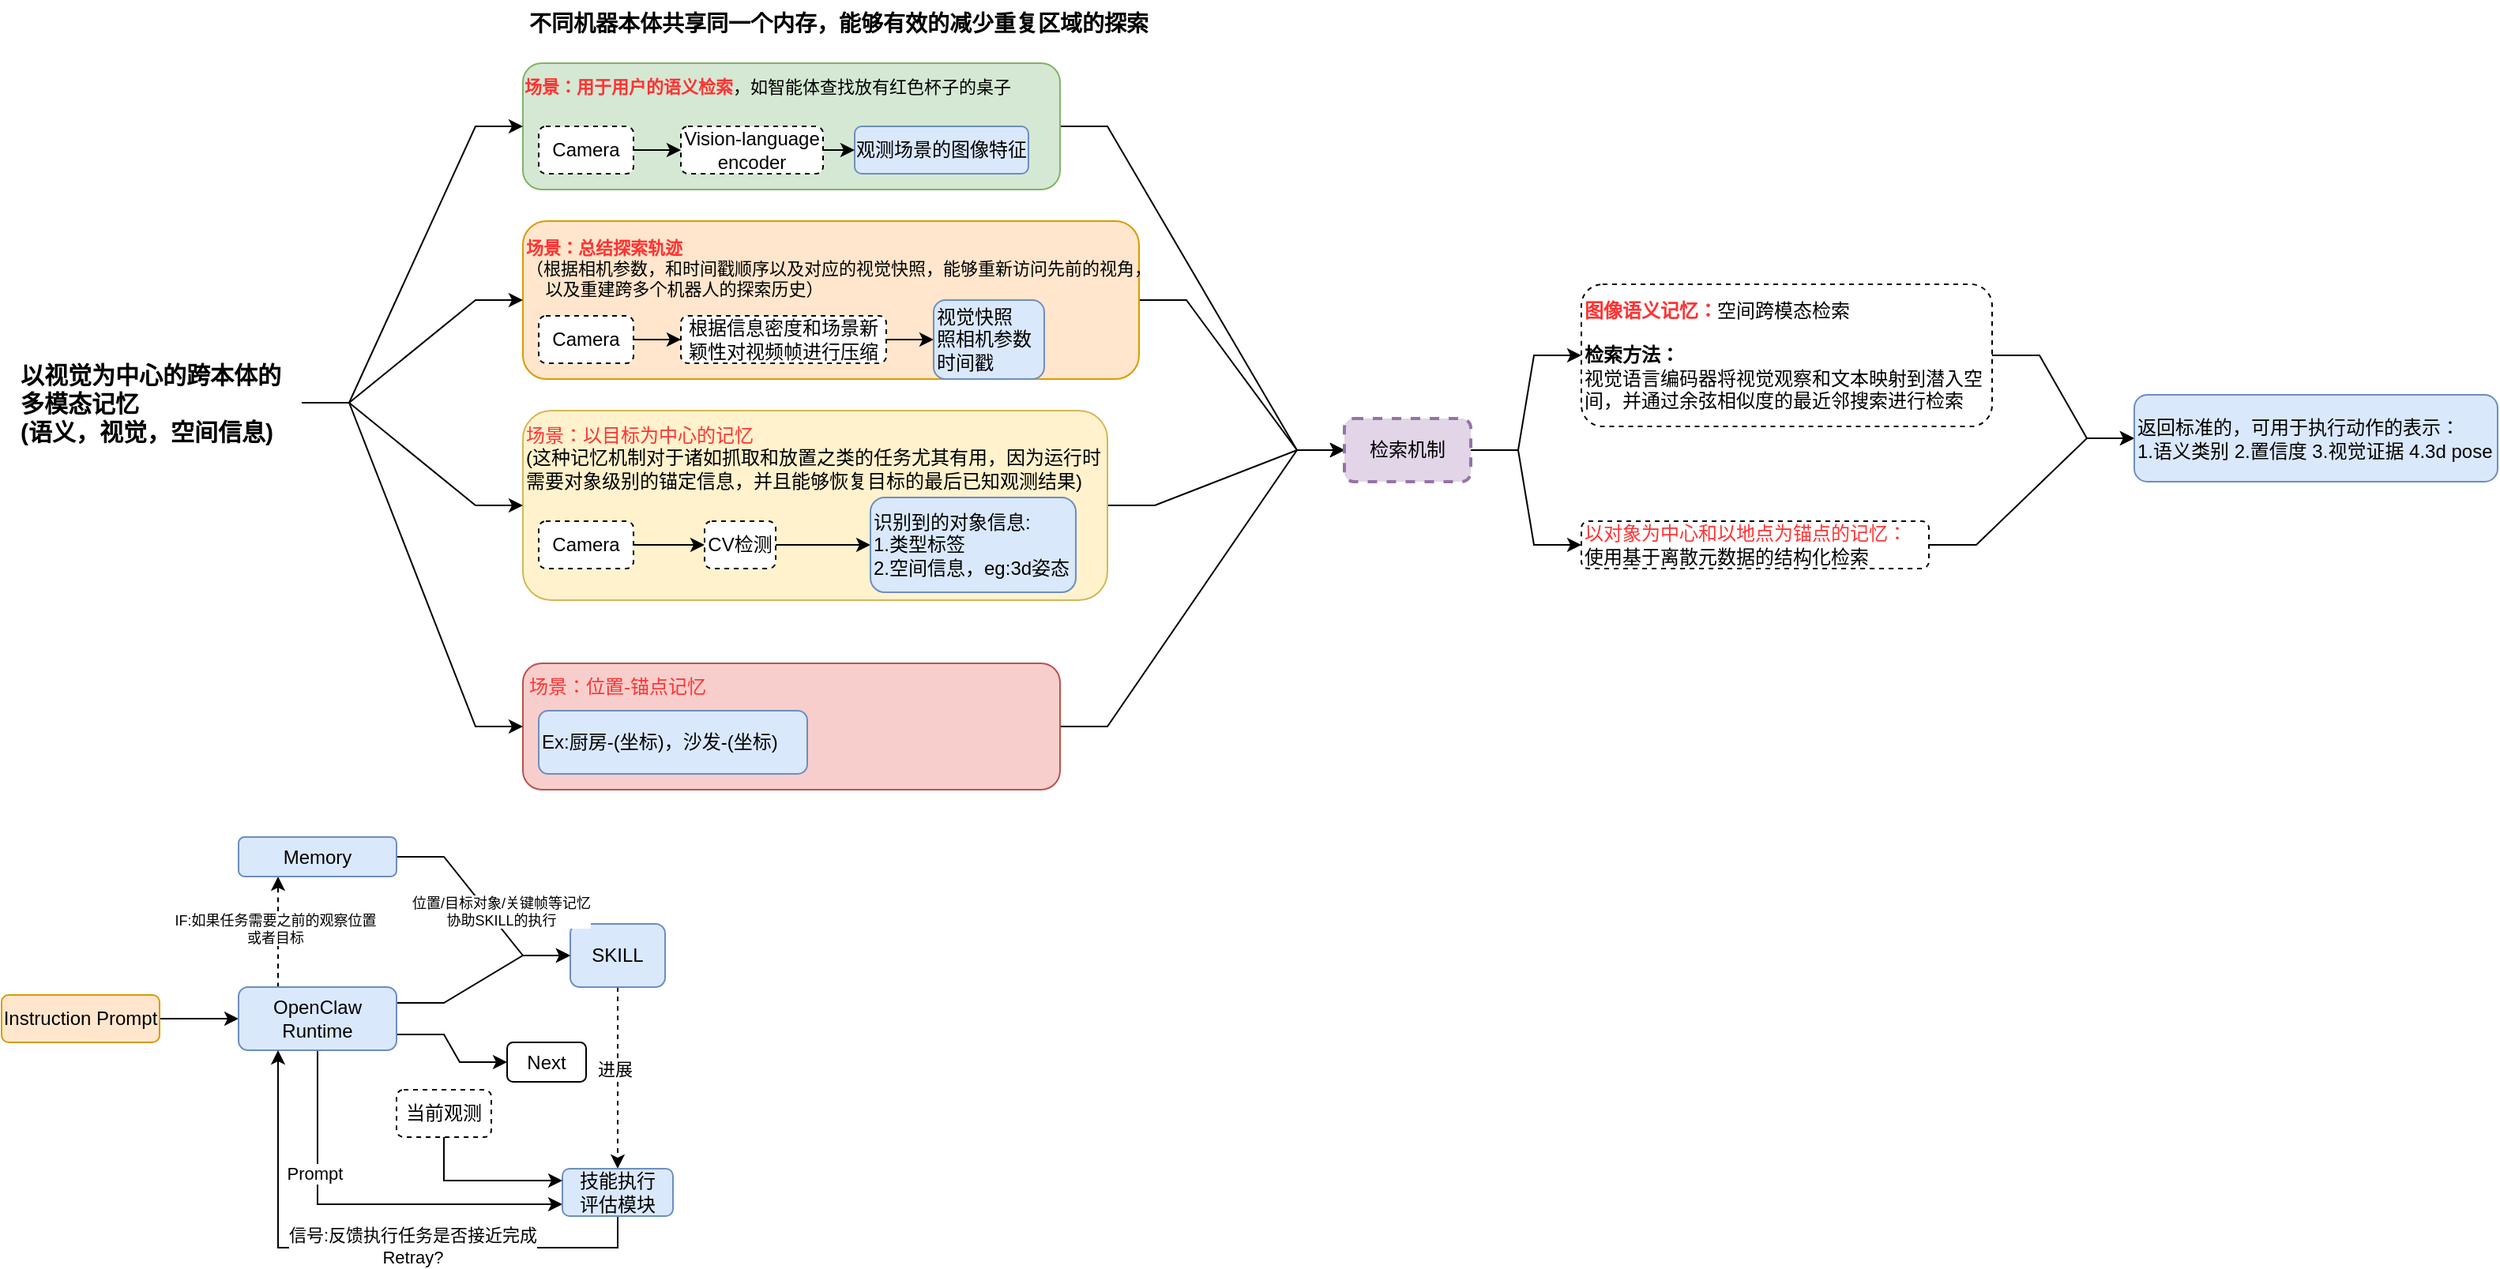
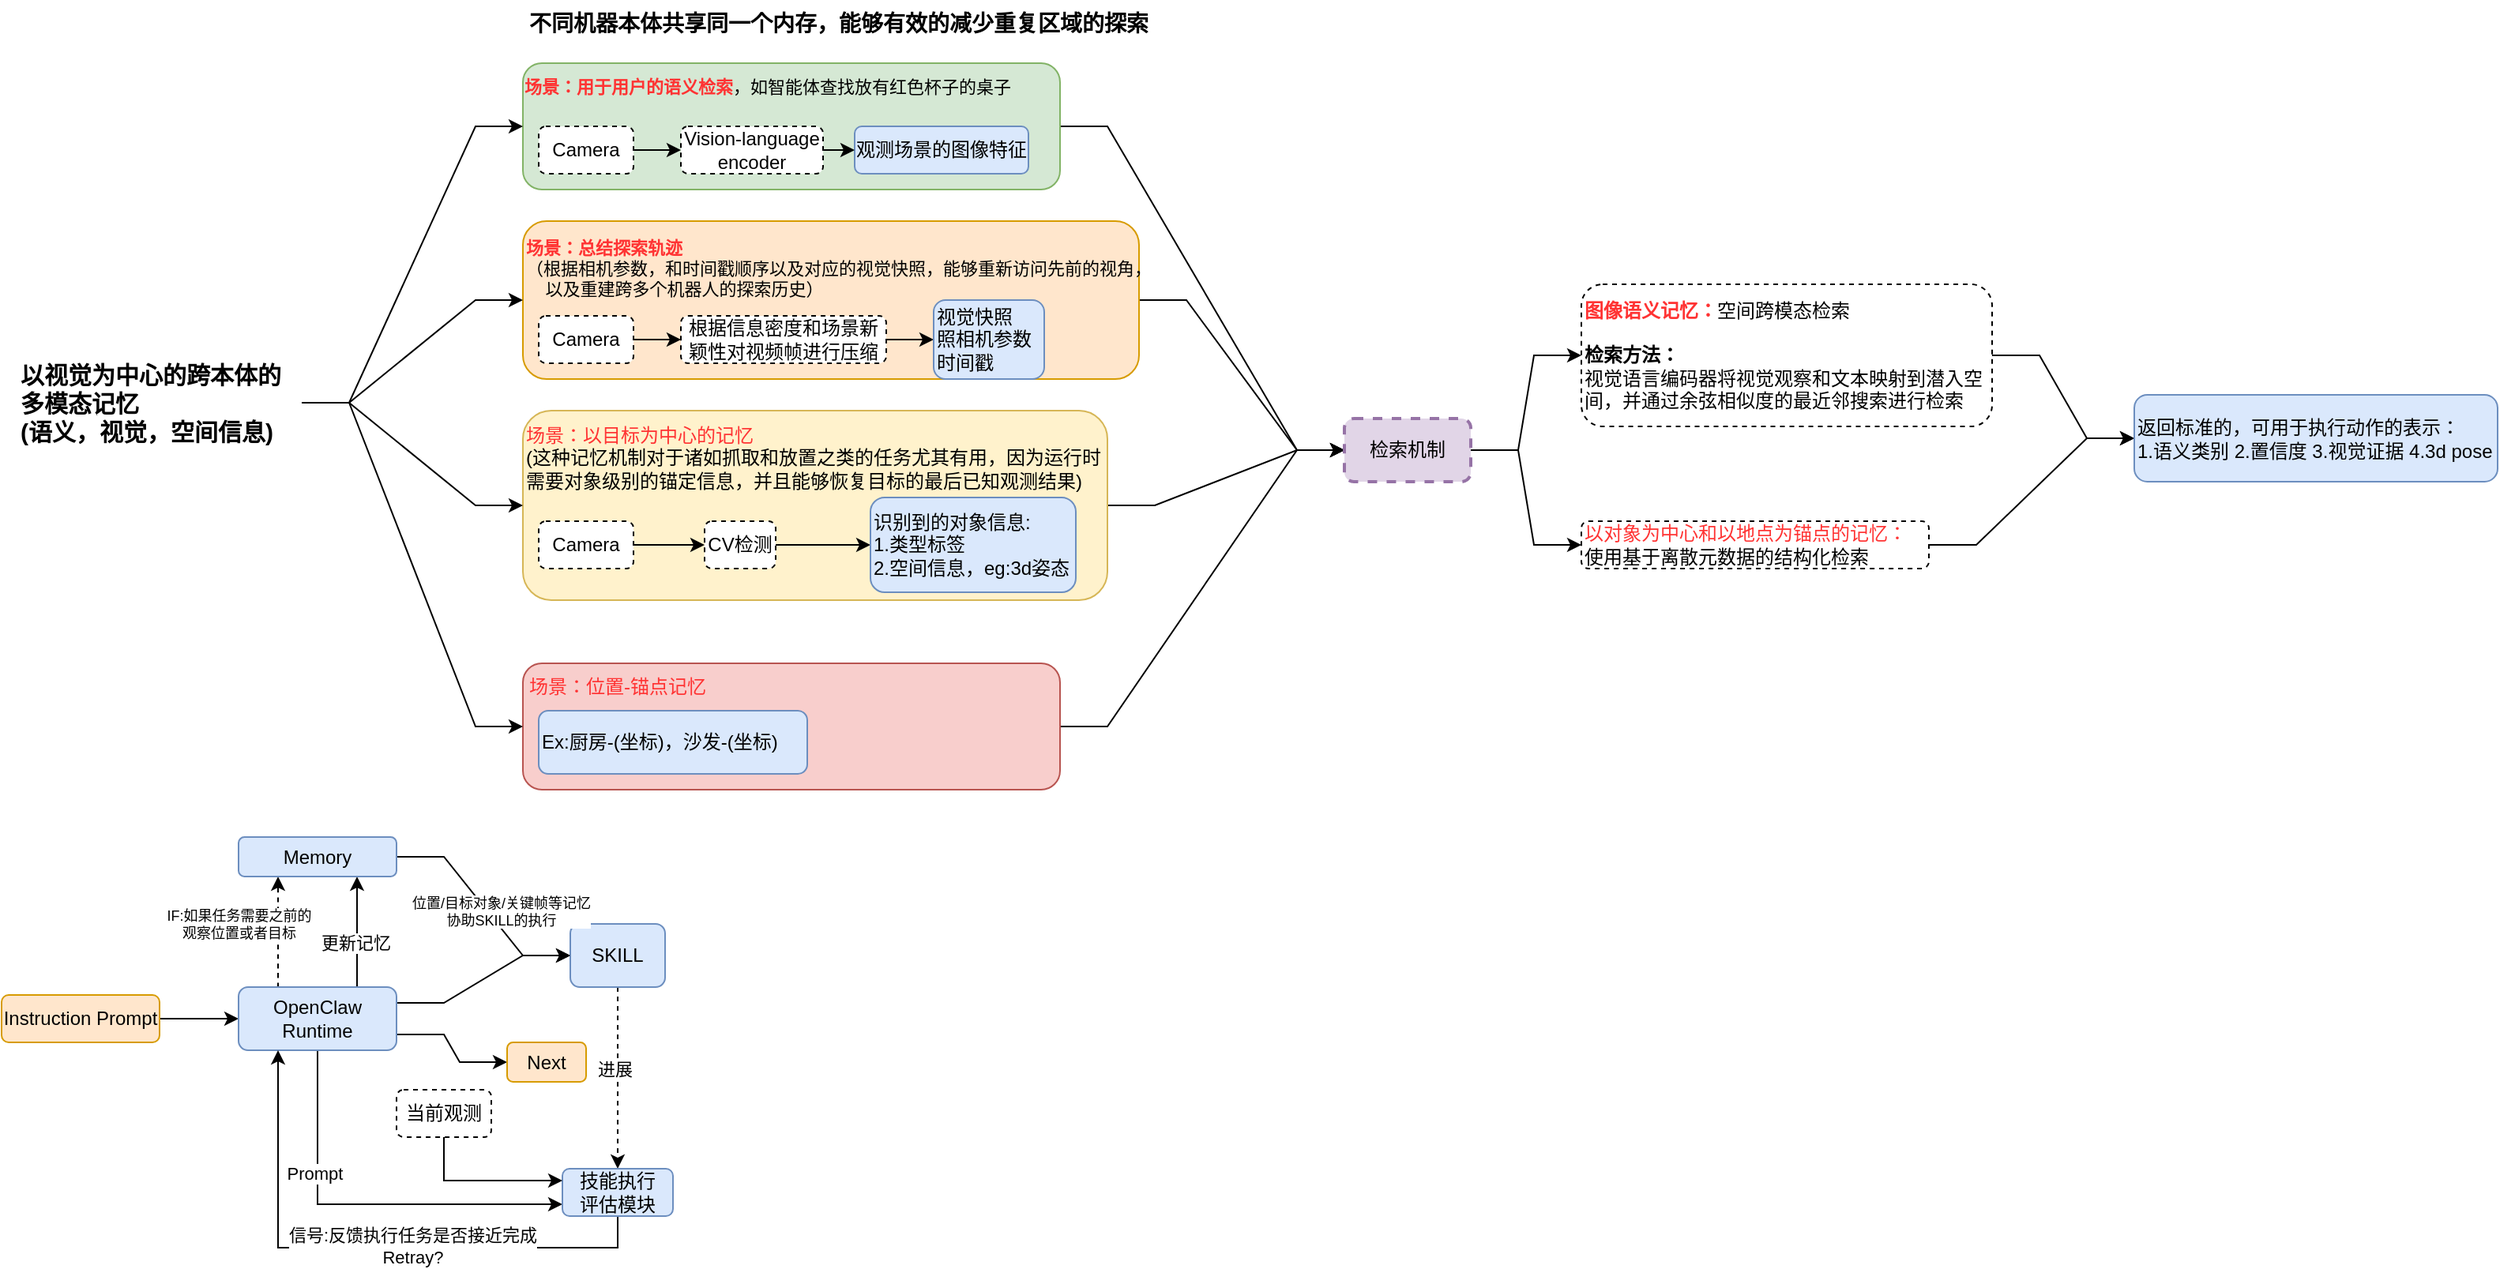
<mxfile host="app.diagrams.net">
  <diagram name="ABot-Claw" id="ri1UiOSOw__C7K71Jf-3">
    <mxGraphModel dx="566" dy="306" grid="1" gridSize="10" guides="1" tooltips="1" connect="1" arrows="1" fold="1" page="1" pageScale="1" pageWidth="3300" pageHeight="2339" math="0" shadow="0">
      <root>
        <mxCell id="0" />
        <mxCell id="1" parent="0" />
        <mxCell id="8uAygAgR7DF40HWwl34I-37" edge="1" parent="1" source="8uAygAgR7DF40HWwl34I-28" style="edgeStyle=entityRelationEdgeStyle;rounded=0;orthogonalLoop=1;jettySize=auto;html=1;exitX=1;exitY=0.5;exitDx=0;exitDy=0;" target="8uAygAgR7DF40HWwl34I-33">
          <mxGeometry relative="1" as="geometry" />
        </mxCell>
        <mxCell id="8uAygAgR7DF40HWwl34I-28" parent="1" style="rounded=1;whiteSpace=wrap;html=1;fillColor=#f8cecc;strokeColor=#b85450;" value="" vertex="1">
          <mxGeometry height="80" width="340" x="480" y="470" as="geometry" />
        </mxCell>
        <mxCell id="8uAygAgR7DF40HWwl34I-36" edge="1" parent="1" source="8uAygAgR7DF40HWwl34I-24" style="edgeStyle=entityRelationEdgeStyle;rounded=0;orthogonalLoop=1;jettySize=auto;html=1;exitX=1;exitY=0.5;exitDx=0;exitDy=0;entryX=0;entryY=0.5;entryDx=0;entryDy=0;" target="8uAygAgR7DF40HWwl34I-33">
          <mxGeometry relative="1" as="geometry">
            <mxPoint x="1020" y="320" as="targetPoint" />
          </mxGeometry>
        </mxCell>
        <mxCell id="8uAygAgR7DF40HWwl34I-24" parent="1" style="rounded=1;whiteSpace=wrap;html=1;fillColor=#fff2cc;strokeColor=#d6b656;" value="" vertex="1">
          <mxGeometry height="120" width="370" x="480" y="310" as="geometry" />
        </mxCell>
        <mxCell id="8uAygAgR7DF40HWwl34I-35" edge="1" parent="1" source="8uAygAgR7DF40HWwl34I-17" style="edgeStyle=entityRelationEdgeStyle;rounded=0;orthogonalLoop=1;jettySize=auto;html=1;exitX=1;exitY=0.5;exitDx=0;exitDy=0;entryX=0;entryY=0.5;entryDx=0;entryDy=0;" target="8uAygAgR7DF40HWwl34I-33">
          <mxGeometry relative="1" as="geometry" />
        </mxCell>
        <mxCell id="8uAygAgR7DF40HWwl34I-17" parent="1" style="rounded=1;whiteSpace=wrap;html=1;fillColor=#ffe6cc;strokeColor=#d79b00;" value="" vertex="1">
          <mxGeometry height="100" width="390" x="480" y="190" as="geometry" />
        </mxCell>
        <mxCell id="8uAygAgR7DF40HWwl34I-34" edge="1" parent="1" source="8uAygAgR7DF40HWwl34I-16" style="edgeStyle=entityRelationEdgeStyle;rounded=0;orthogonalLoop=1;jettySize=auto;html=1;exitX=1;exitY=0.5;exitDx=0;exitDy=0;entryX=0;entryY=0.5;entryDx=0;entryDy=0;" target="8uAygAgR7DF40HWwl34I-33">
          <mxGeometry relative="1" as="geometry" />
        </mxCell>
        <mxCell id="8uAygAgR7DF40HWwl34I-16" parent="1" style="rounded=1;whiteSpace=wrap;html=1;fillColor=#d5e8d4;strokeColor=#82b366;" value="" vertex="1">
          <mxGeometry height="80" width="340" x="480" y="90" as="geometry" />
        </mxCell>
        <mxCell id="8uAygAgR7DF40HWwl34I-29" edge="1" parent="1" source="8uAygAgR7DF40HWwl34I-1" style="edgeStyle=entityRelationEdgeStyle;rounded=0;orthogonalLoop=1;jettySize=auto;html=1;exitX=1;exitY=0.5;exitDx=0;exitDy=0;entryX=0;entryY=0.5;entryDx=0;entryDy=0;" target="8uAygAgR7DF40HWwl34I-16">
          <mxGeometry relative="1" as="geometry" />
        </mxCell>
        <mxCell id="8uAygAgR7DF40HWwl34I-30" edge="1" parent="1" source="8uAygAgR7DF40HWwl34I-1" style="edgeStyle=entityRelationEdgeStyle;rounded=0;orthogonalLoop=1;jettySize=auto;html=1;exitX=1;exitY=0.5;exitDx=0;exitDy=0;entryX=0;entryY=0.5;entryDx=0;entryDy=0;" target="8uAygAgR7DF40HWwl34I-28">
          <mxGeometry relative="1" as="geometry" />
        </mxCell>
        <mxCell id="8uAygAgR7DF40HWwl34I-31" edge="1" parent="1" source="8uAygAgR7DF40HWwl34I-1" style="edgeStyle=entityRelationEdgeStyle;rounded=0;orthogonalLoop=1;jettySize=auto;html=1;exitX=1;exitY=0.5;exitDx=0;exitDy=0;entryX=0;entryY=0.5;entryDx=0;entryDy=0;" target="8uAygAgR7DF40HWwl34I-17">
          <mxGeometry relative="1" as="geometry" />
        </mxCell>
        <mxCell id="8uAygAgR7DF40HWwl34I-32" edge="1" parent="1" source="8uAygAgR7DF40HWwl34I-1" style="edgeStyle=entityRelationEdgeStyle;rounded=0;orthogonalLoop=1;jettySize=auto;html=1;exitX=1;exitY=0.5;exitDx=0;exitDy=0;entryX=0;entryY=0.5;entryDx=0;entryDy=0;" target="8uAygAgR7DF40HWwl34I-24">
          <mxGeometry relative="1" as="geometry" />
        </mxCell>
        <mxCell id="8uAygAgR7DF40HWwl34I-1" parent="1" style="text;html=1;whiteSpace=wrap;strokeColor=none;fillColor=none;align=left;verticalAlign=middle;rounded=0;fontStyle=1;fontSize=15;" value="以视觉为中心的跨本体的多模态记忆&lt;br&gt;(语义，视觉，空间信息)" vertex="1">
          <mxGeometry height="30" width="180" x="160" y="290" as="geometry" />
        </mxCell>
        <mxCell id="8uAygAgR7DF40HWwl34I-2" parent="1" style="rounded=1;whiteSpace=wrap;html=1;fillColor=#dae8fc;strokeColor=#6c8ebf;" value="观测场景的图像特征" vertex="1">
          <mxGeometry height="30" width="110" x="690" y="130" as="geometry" />
        </mxCell>
        <mxCell id="8uAygAgR7DF40HWwl34I-5" edge="1" parent="1" source="8uAygAgR7DF40HWwl34I-3" style="edgeStyle=orthogonalEdgeStyle;rounded=0;orthogonalLoop=1;jettySize=auto;html=1;exitX=1;exitY=0.5;exitDx=0;exitDy=0;entryX=0;entryY=0.5;entryDx=0;entryDy=0;" target="8uAygAgR7DF40HWwl34I-2">
          <mxGeometry relative="1" as="geometry" />
        </mxCell>
        <mxCell id="8uAygAgR7DF40HWwl34I-3" parent="1" style="rounded=1;whiteSpace=wrap;html=1;dashed=1;" value="Vision-language encoder" vertex="1">
          <mxGeometry height="30" width="90" x="580" y="130" as="geometry" />
        </mxCell>
        <mxCell id="8uAygAgR7DF40HWwl34I-6" edge="1" parent="1" source="8uAygAgR7DF40HWwl34I-4" style="edgeStyle=orthogonalEdgeStyle;rounded=0;orthogonalLoop=1;jettySize=auto;html=1;exitX=1;exitY=0.5;exitDx=0;exitDy=0;entryX=0;entryY=0.5;entryDx=0;entryDy=0;" target="8uAygAgR7DF40HWwl34I-3">
          <mxGeometry relative="1" as="geometry" />
        </mxCell>
        <mxCell id="8uAygAgR7DF40HWwl34I-4" parent="1" style="rounded=1;whiteSpace=wrap;html=1;dashed=1;" value="Camera" vertex="1">
          <mxGeometry height="30" width="60" x="490" y="130" as="geometry" />
        </mxCell>
        <mxCell id="8uAygAgR7DF40HWwl34I-7" parent="1" style="text;html=1;whiteSpace=wrap;strokeColor=none;fillColor=none;align=center;verticalAlign=middle;rounded=0;fontSize=11;" value="&lt;b&gt;&lt;font style=&quot;color: rgb(255, 51, 51);&quot;&gt;场景：用于用户的语义检索&lt;/font&gt;&lt;/b&gt;，如智能体查找放有红色杯子的桌子" vertex="1">
          <mxGeometry height="30" width="310" x="480" y="90" as="geometry" />
        </mxCell>
        <mxCell id="8uAygAgR7DF40HWwl34I-10" edge="1" parent="1" source="8uAygAgR7DF40HWwl34I-8" style="edgeStyle=orthogonalEdgeStyle;rounded=0;orthogonalLoop=1;jettySize=auto;html=1;" target="8uAygAgR7DF40HWwl34I-9" value="">
          <mxGeometry relative="1" as="geometry" />
        </mxCell>
        <mxCell id="8uAygAgR7DF40HWwl34I-8" parent="1" style="rounded=1;whiteSpace=wrap;html=1;dashed=1;" value="Camera" vertex="1">
          <mxGeometry height="30" width="60" x="490" y="250" as="geometry" />
        </mxCell>
        <mxCell id="8uAygAgR7DF40HWwl34I-14" edge="1" parent="1" source="8uAygAgR7DF40HWwl34I-9" style="edgeStyle=orthogonalEdgeStyle;rounded=0;orthogonalLoop=1;jettySize=auto;html=1;exitX=1;exitY=0.5;exitDx=0;exitDy=0;entryX=0;entryY=0.5;entryDx=0;entryDy=0;" target="8uAygAgR7DF40HWwl34I-13">
          <mxGeometry relative="1" as="geometry" />
        </mxCell>
        <mxCell id="8uAygAgR7DF40HWwl34I-9" parent="1" style="rounded=1;whiteSpace=wrap;html=1;dashed=1;" value="根据信息密度和场景新颖性对视频帧进行压缩" vertex="1">
          <mxGeometry height="30" width="130" x="580" y="250" as="geometry" />
        </mxCell>
        <mxCell id="8uAygAgR7DF40HWwl34I-11" parent="1" style="text;html=1;whiteSpace=wrap;strokeColor=none;fillColor=none;align=left;verticalAlign=middle;rounded=0;fontSize=11;" value="&lt;b&gt;&lt;font style=&quot;color: rgb(255, 51, 51);&quot;&gt;场景：总结探索轨迹&lt;/font&gt;&lt;/b&gt;&lt;br&gt;（根据相机参数，和时间戳顺序以及对应的视觉快照，能够重新访问先前的视角，&lt;br&gt;&amp;nbsp; &amp;nbsp; 以及重建跨多个机器人的探索历史）" vertex="1">
          <mxGeometry height="40" width="420" x="480" y="200" as="geometry" />
        </mxCell>
        <mxCell id="8uAygAgR7DF40HWwl34I-13" parent="1" style="rounded=1;whiteSpace=wrap;html=1;fillColor=#dae8fc;strokeColor=#6c8ebf;align=left;" value="视觉快照&lt;br&gt;&lt;span style=&quot;&quot;&gt;照相机参数&lt;/span&gt;&lt;div style=&quot;&quot;&gt;时间戳&lt;/div&gt;" vertex="1">
          <mxGeometry height="50" width="70" x="740" y="240" as="geometry" />
        </mxCell>
        <mxCell id="8uAygAgR7DF40HWwl34I-25" edge="1" parent="1" source="8uAygAgR7DF40HWwl34I-19" style="edgeStyle=orthogonalEdgeStyle;rounded=0;orthogonalLoop=1;jettySize=auto;html=1;exitX=1;exitY=0.5;exitDx=0;exitDy=0;entryX=0;entryY=0.5;entryDx=0;entryDy=0;" target="8uAygAgR7DF40HWwl34I-20">
          <mxGeometry relative="1" as="geometry" />
        </mxCell>
        <mxCell id="8uAygAgR7DF40HWwl34I-19" parent="1" style="rounded=1;whiteSpace=wrap;html=1;dashed=1;" value="Camera" vertex="1">
          <mxGeometry height="30" width="60" x="490" y="380" as="geometry" />
        </mxCell>
        <mxCell id="8uAygAgR7DF40HWwl34I-22" edge="1" parent="1" source="8uAygAgR7DF40HWwl34I-20" style="edgeStyle=orthogonalEdgeStyle;rounded=0;orthogonalLoop=1;jettySize=auto;html=1;" target="8uAygAgR7DF40HWwl34I-21" value="">
          <mxGeometry relative="1" as="geometry" />
        </mxCell>
        <mxCell id="8uAygAgR7DF40HWwl34I-20" parent="1" style="rounded=1;whiteSpace=wrap;html=1;dashed=1;" value="CV检测" vertex="1">
          <mxGeometry height="30" width="45" x="595" y="380" as="geometry" />
        </mxCell>
        <mxCell id="8uAygAgR7DF40HWwl34I-21" parent="1" style="rounded=1;whiteSpace=wrap;html=1;align=left;fillColor=#dae8fc;strokeColor=#6c8ebf;" value="识别到的对象信息:&lt;div&gt;1.类型标签&lt;br&gt;2.空间信息，eg:3d姿态&lt;/div&gt;" vertex="1">
          <mxGeometry height="60" width="130" x="700" y="365" as="geometry" />
        </mxCell>
        <mxCell id="8uAygAgR7DF40HWwl34I-23" parent="1" style="text;html=1;whiteSpace=wrap;strokeColor=none;fillColor=none;align=left;verticalAlign=middle;rounded=0;" value="&lt;font style=&quot;color: rgb(255, 51, 51);&quot;&gt;场景：以目标为中心的记忆&lt;/font&gt;&lt;br&gt;(这种记忆机制对于诸如抓取和放置之类的任务尤其有用，因为运行时需要对象级别的锚定信息，并且能够恢复目标的最后已知观测结果)" vertex="1">
          <mxGeometry height="50" width="370" x="480" y="315" as="geometry" />
        </mxCell>
        <mxCell id="8uAygAgR7DF40HWwl34I-26" parent="1" style="rounded=1;whiteSpace=wrap;html=1;align=left;fillColor=#dae8fc;strokeColor=#6c8ebf;" value="Ex:厨房-(坐标)，沙发-(坐标)" vertex="1">
          <mxGeometry height="40" width="170" x="490" y="500" as="geometry" />
        </mxCell>
        <mxCell id="8uAygAgR7DF40HWwl34I-27" parent="1" style="text;html=1;whiteSpace=wrap;strokeColor=none;fillColor=none;align=center;verticalAlign=middle;rounded=0;fontColor=#FF3333;" value="场景：&lt;span style=&quot;text-align: left;&quot;&gt;位置-锚点记忆&lt;/span&gt;" vertex="1">
          <mxGeometry height="30" width="120" x="480" y="470" as="geometry" />
        </mxCell>
        <mxCell id="8uAygAgR7DF40HWwl34I-42" edge="1" parent="1" source="8uAygAgR7DF40HWwl34I-33" style="edgeStyle=entityRelationEdgeStyle;rounded=0;orthogonalLoop=1;jettySize=auto;html=1;exitX=1;exitY=0.5;exitDx=0;exitDy=0;" target="8uAygAgR7DF40HWwl34I-40">
          <mxGeometry relative="1" as="geometry" />
        </mxCell>
        <mxCell id="8uAygAgR7DF40HWwl34I-43" edge="1" parent="1" source="8uAygAgR7DF40HWwl34I-33" style="edgeStyle=entityRelationEdgeStyle;rounded=0;orthogonalLoop=1;jettySize=auto;html=1;exitX=1;exitY=0.5;exitDx=0;exitDy=0;entryX=0;entryY=0.5;entryDx=0;entryDy=0;" target="8uAygAgR7DF40HWwl34I-41">
          <mxGeometry relative="1" as="geometry" />
        </mxCell>
        <mxCell id="8uAygAgR7DF40HWwl34I-33" parent="1" style="rounded=1;whiteSpace=wrap;html=1;fillColor=#e1d5e7;strokeColor=#9673a6;dashed=1;strokeWidth=2;" value="检索机制" vertex="1">
          <mxGeometry height="40" width="80" x="1000" y="315" as="geometry" />
        </mxCell>
        <mxCell id="8uAygAgR7DF40HWwl34I-45" edge="1" parent="1" source="8uAygAgR7DF40HWwl34I-40" style="edgeStyle=entityRelationEdgeStyle;rounded=0;orthogonalLoop=1;jettySize=auto;html=1;exitX=1;exitY=0.5;exitDx=0;exitDy=0;entryX=0;entryY=0.5;entryDx=0;entryDy=0;" target="8uAygAgR7DF40HWwl34I-44">
          <mxGeometry relative="1" as="geometry" />
        </mxCell>
        <mxCell id="8uAygAgR7DF40HWwl34I-40" parent="1" style="text;html=1;whiteSpace=wrap;strokeColor=default;fillColor=none;align=left;verticalAlign=middle;rounded=1;dashed=1;" value="&lt;b&gt;&lt;font style=&quot;color: rgb(255, 51, 51);&quot;&gt;图像语义记忆：&lt;/font&gt;&lt;/b&gt;空间跨模态检索&lt;br&gt;&lt;br&gt;&lt;b&gt;&lt;font style=&quot;color: rgb(0, 0, 0);&quot;&gt;检索方法：&lt;/font&gt;&lt;/b&gt;&lt;br&gt;视觉语言编码器将视觉观察和文本映射到潜入空间，并通过余弦相似度的最近邻搜索进行检索" vertex="1">
          <mxGeometry height="90" width="260" x="1150" y="230" as="geometry" />
        </mxCell>
        <mxCell id="8uAygAgR7DF40HWwl34I-46" edge="1" parent="1" source="8uAygAgR7DF40HWwl34I-41" style="edgeStyle=entityRelationEdgeStyle;rounded=0;orthogonalLoop=1;jettySize=auto;html=1;exitX=1;exitY=0.5;exitDx=0;exitDy=0;entryX=0;entryY=0.5;entryDx=0;entryDy=0;" target="8uAygAgR7DF40HWwl34I-44">
          <mxGeometry relative="1" as="geometry" />
        </mxCell>
        <mxCell id="8uAygAgR7DF40HWwl34I-41" parent="1" style="text;html=1;whiteSpace=wrap;strokeColor=default;fillColor=none;align=left;verticalAlign=middle;rounded=1;dashed=1;" value="&lt;font style=&quot;color: rgb(255, 51, 51);&quot;&gt;以对象为中心和以地点为锚点的记忆：&lt;/font&gt;&lt;br&gt;使用基于离散元数据的结构化检索" vertex="1">
          <mxGeometry height="30" width="220" x="1150" y="380" as="geometry" />
        </mxCell>
        <mxCell id="8uAygAgR7DF40HWwl34I-44" parent="1" style="rounded=1;whiteSpace=wrap;html=1;align=left;fillColor=#dae8fc;strokeColor=#6c8ebf;" value="返回标准的，可用于执行动作的表示：&lt;br&gt;1.语义类别 2.置信度 3.视觉证据 4.3d pose" vertex="1">
          <mxGeometry height="55" width="230" x="1500" y="300" as="geometry" />
        </mxCell>
        <mxCell id="8uAygAgR7DF40HWwl34I-47" parent="1" style="text;html=1;whiteSpace=wrap;strokeColor=none;fillColor=none;align=center;verticalAlign=middle;rounded=0;fontStyle=1;fontSize=14;" value="不同机器本体共享同一个内存，能够有效的减少重复区域的探索" vertex="1">
          <mxGeometry height="30" width="400" x="480" y="50" as="geometry" />
        </mxCell>
        <mxCell id="8uAygAgR7DF40HWwl34I-50" edge="1" parent="1" source="8uAygAgR7DF40HWwl34I-48" style="edgeStyle=entityRelationEdgeStyle;rounded=0;orthogonalLoop=1;jettySize=auto;html=1;" target="8uAygAgR7DF40HWwl34I-49" value="">
          <mxGeometry relative="1" as="geometry" />
        </mxCell>
        <mxCell id="8uAygAgR7DF40HWwl34I-48" parent="1" style="rounded=1;whiteSpace=wrap;html=1;fillColor=#ffe6cc;strokeColor=#d79b00;" value="Instruction Prompt" vertex="1">
          <mxGeometry height="30" width="100" x="150" y="680" as="geometry" />
        </mxCell>
        <mxCell id="8uAygAgR7DF40HWwl34I-52" edge="1" parent="1" source="8uAygAgR7DF40HWwl34I-49" style="edgeStyle=entityRelationEdgeStyle;rounded=0;orthogonalLoop=1;jettySize=auto;html=1;exitX=1;exitY=0.25;exitDx=0;exitDy=0;" target="8uAygAgR7DF40HWwl34I-51" value="">
          <mxGeometry relative="1" as="geometry" />
        </mxCell>
        <mxCell id="8uAygAgR7DF40HWwl34I-62" edge="1" parent="1" source="8uAygAgR7DF40HWwl34I-49" style="rounded=0;orthogonalLoop=1;jettySize=auto;html=1;exitX=0.25;exitY=0;exitDx=0;exitDy=0;entryX=0.25;entryY=1;entryDx=0;entryDy=0;dashed=1;edgeStyle=orthogonalEdgeStyle;curved=1;" target="8uAygAgR7DF40HWwl34I-53">
          <mxGeometry relative="1" as="geometry">
            <mxPoint x="355" y="640" as="targetPoint" />
          </mxGeometry>
        </mxCell>
-         <mxCell id="8uAygAgR7DF40HWwl34I-63" connectable="0" parent="8uAygAgR7DF40HWwl34I-62" style="edgeLabel;html=1;align=center;verticalAlign=middle;resizable=0;points=[];fontSize=9;" value="IF:如果任务需要之前的观察位置&lt;br&gt;或者目标" vertex="1">
+         <mxCell id="8uAygAgR7DF40HWwl34I-63" connectable="0" parent="8uAygAgR7DF40HWwl34I-62" style="edgeLabel;html=1;align=center;verticalAlign=middle;resizable=0;points=[];fontSize=9;" value="IF:如果任务需要之前的&lt;br&gt;观察位置或者目标" vertex="1">
          <mxGeometry relative="1" x="0.053" y="2" as="geometry">
-             <mxPoint as="offset" />
+             <mxPoint x="-23" y="-3" as="offset" />
          </mxGeometry>
        </mxCell>
        <mxCell id="8uAygAgR7DF40HWwl34I-67" edge="1" parent="1" source="8uAygAgR7DF40HWwl34I-49" style="edgeStyle=orthogonalEdgeStyle;rounded=0;orthogonalLoop=1;jettySize=auto;html=1;exitX=0.5;exitY=1;exitDx=0;exitDy=0;entryX=0;entryY=0.75;entryDx=0;entryDy=0;" target="8uAygAgR7DF40HWwl34I-66">
          <mxGeometry relative="1" as="geometry">
            <mxPoint x="360" y="760" as="targetPoint" />
          </mxGeometry>
        </mxCell>
        <mxCell id="8uAygAgR7DF40HWwl34I-68" connectable="0" parent="8uAygAgR7DF40HWwl34I-67" style="edgeLabel;html=1;align=center;verticalAlign=middle;resizable=0;points=[];" value="Prompt" vertex="1">
          <mxGeometry relative="1" x="-0.3811" y="-2" as="geometry">
            <mxPoint as="offset" />
          </mxGeometry>
        </mxCell>
        <mxCell id="8uAygAgR7DF40HWwl34I-77" edge="1" parent="1" source="8uAygAgR7DF40HWwl34I-49" style="rounded=0;orthogonalLoop=1;jettySize=auto;html=1;exitX=1;exitY=0.75;exitDx=0;exitDy=0;entryX=0;entryY=0.5;entryDx=0;entryDy=0;edgeStyle=entityRelationEdgeStyle;" target="8uAygAgR7DF40HWwl34I-76">
          <mxGeometry relative="1" as="geometry" />
        </mxCell>
+         <mxCell id="8uAygAgR7DF40HWwl34I-78" edge="1" parent="1" source="8uAygAgR7DF40HWwl34I-49" style="edgeStyle=orthogonalEdgeStyle;rounded=0;orthogonalLoop=1;jettySize=auto;html=1;exitX=0.75;exitY=0;exitDx=0;exitDy=0;entryX=0.75;entryY=1;entryDx=0;entryDy=0;" target="8uAygAgR7DF40HWwl34I-53">
+           <mxGeometry relative="1" as="geometry" />
+         </mxCell>
+         <mxCell id="8uAygAgR7DF40HWwl34I-79" connectable="0" parent="8uAygAgR7DF40HWwl34I-78" style="edgeLabel;html=1;align=center;verticalAlign=middle;resizable=0;points=[];" value="更新记忆" vertex="1">
+           <mxGeometry relative="1" x="-0.1829" y="1" as="geometry">
+             <mxPoint as="offset" />
+           </mxGeometry>
+         </mxCell>
        <mxCell id="8uAygAgR7DF40HWwl34I-49" parent="1" style="rounded=1;whiteSpace=wrap;html=1;fillColor=#dae8fc;strokeColor=#6c8ebf;" value="OpenClaw&lt;br&gt;Runtime" vertex="1">
          <mxGeometry height="40" width="100" x="300" y="675" as="geometry" />
        </mxCell>
        <mxCell id="8uAygAgR7DF40HWwl34I-69" edge="1" parent="1" source="8uAygAgR7DF40HWwl34I-51" style="rounded=0;orthogonalLoop=1;jettySize=auto;html=1;exitX=0.5;exitY=1;exitDx=0;exitDy=0;entryX=0.5;entryY=0;entryDx=0;entryDy=0;startArrow=none;startFill=0;dashed=1;" target="8uAygAgR7DF40HWwl34I-66">
          <mxGeometry relative="1" as="geometry" />
        </mxCell>
        <mxCell id="8uAygAgR7DF40HWwl34I-70" connectable="0" parent="8uAygAgR7DF40HWwl34I-69" style="edgeLabel;html=1;align=center;verticalAlign=middle;resizable=0;points=[];" value="进展" vertex="1">
          <mxGeometry relative="1" x="-0.1056" y="-2" as="geometry">
            <mxPoint as="offset" />
          </mxGeometry>
        </mxCell>
        <mxCell id="8uAygAgR7DF40HWwl34I-51" parent="1" style="rounded=1;whiteSpace=wrap;html=1;fillColor=#dae8fc;strokeColor=#6c8ebf;" value="SKILL" vertex="1">
          <mxGeometry height="40" width="60" x="510" y="635" as="geometry" />
        </mxCell>
        <mxCell id="8uAygAgR7DF40HWwl34I-64" edge="1" parent="1" source="8uAygAgR7DF40HWwl34I-53" style="edgeStyle=entityRelationEdgeStyle;rounded=0;orthogonalLoop=1;jettySize=auto;html=1;exitX=1;exitY=0.5;exitDx=0;exitDy=0;entryX=0;entryY=0.5;entryDx=0;entryDy=0;" target="8uAygAgR7DF40HWwl34I-51">
          <mxGeometry relative="1" as="geometry" />
        </mxCell>
        <mxCell id="8uAygAgR7DF40HWwl34I-65" connectable="0" parent="8uAygAgR7DF40HWwl34I-64" style="edgeLabel;html=1;align=center;verticalAlign=middle;resizable=0;points=[];fontSize=9;" value="位置/目标对象/关键帧等记忆&lt;br&gt;协助SKILL的执行" vertex="1">
          <mxGeometry relative="1" x="-0.1048" as="geometry">
            <mxPoint x="15" y="9" as="offset" />
          </mxGeometry>
        </mxCell>
        <mxCell id="8uAygAgR7DF40HWwl34I-53" parent="1" style="rounded=1;whiteSpace=wrap;html=1;fillColor=#dae8fc;strokeColor=#6c8ebf;" value="Memory" vertex="1">
          <mxGeometry height="25" width="100" x="300" y="580" as="geometry" />
        </mxCell>
        <mxCell id="8uAygAgR7DF40HWwl34I-74" edge="1" parent="1" source="8uAygAgR7DF40HWwl34I-66" style="edgeStyle=orthogonalEdgeStyle;rounded=0;orthogonalLoop=1;jettySize=auto;html=1;exitX=0.5;exitY=1;exitDx=0;exitDy=0;entryX=0.25;entryY=1;entryDx=0;entryDy=0;" target="8uAygAgR7DF40HWwl34I-49">
          <mxGeometry relative="1" as="geometry" />
        </mxCell>
        <mxCell id="8uAygAgR7DF40HWwl34I-75" connectable="0" parent="8uAygAgR7DF40HWwl34I-74" style="edgeLabel;html=1;align=center;verticalAlign=middle;resizable=0;points=[];" value="信号:反馈执行任务是否接近完成&lt;br&gt;Retray?" vertex="1">
          <mxGeometry relative="1" x="-0.1644" y="-1" as="geometry">
            <mxPoint as="offset" />
          </mxGeometry>
        </mxCell>
        <mxCell id="8uAygAgR7DF40HWwl34I-66" parent="1" style="rounded=1;whiteSpace=wrap;html=1;fillColor=#dae8fc;strokeColor=#6c8ebf;" value="技能执行&lt;br&gt;评估模块" vertex="1">
          <mxGeometry height="30" width="70" x="505" y="790" as="geometry" />
        </mxCell>
        <mxCell id="8uAygAgR7DF40HWwl34I-73" edge="1" parent="1" source="8uAygAgR7DF40HWwl34I-71" style="edgeStyle=orthogonalEdgeStyle;rounded=0;orthogonalLoop=1;jettySize=auto;html=1;exitX=0.5;exitY=1;exitDx=0;exitDy=0;entryX=0;entryY=0.25;entryDx=0;entryDy=0;" target="8uAygAgR7DF40HWwl34I-66">
          <mxGeometry relative="1" as="geometry" />
        </mxCell>
        <mxCell id="8uAygAgR7DF40HWwl34I-71" parent="1" style="rounded=1;whiteSpace=wrap;html=1;dashed=1;" value="当前观测" vertex="1">
          <mxGeometry height="30" width="60" x="400" y="740" as="geometry" />
        </mxCell>
-         <mxCell id="8uAygAgR7DF40HWwl34I-76" parent="1" style="rounded=1;whiteSpace=wrap;html=1;" value="Next" vertex="1">
+         <mxCell id="8uAygAgR7DF40HWwl34I-76" parent="1" style="rounded=1;whiteSpace=wrap;html=1;fillColor=#ffe6cc;strokeColor=#d79b00;" value="Next" vertex="1">
          <mxGeometry height="25" width="50" x="470" y="710" as="geometry" />
        </mxCell>
      </root>
    </mxGraphModel>
  </diagram>
</mxfile>
